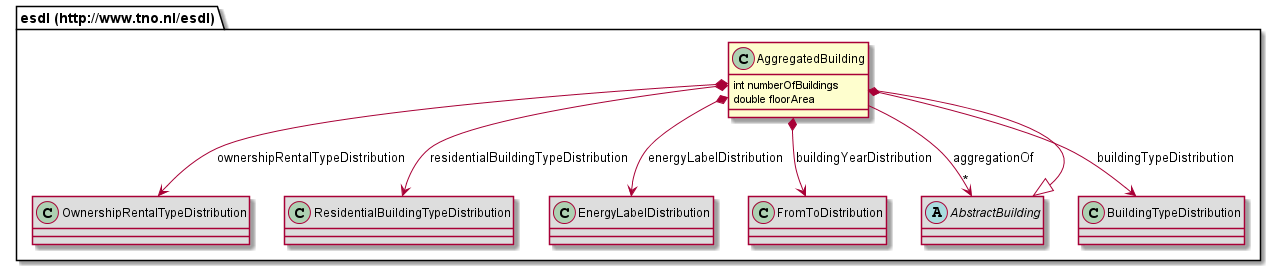
Above: 687474703a2f2f7777772e746e6f2e6e6c2f6573646c/AggregatedBuilding.png in EnergyTransition/energytransition.github.io (PlantUML), before the change.
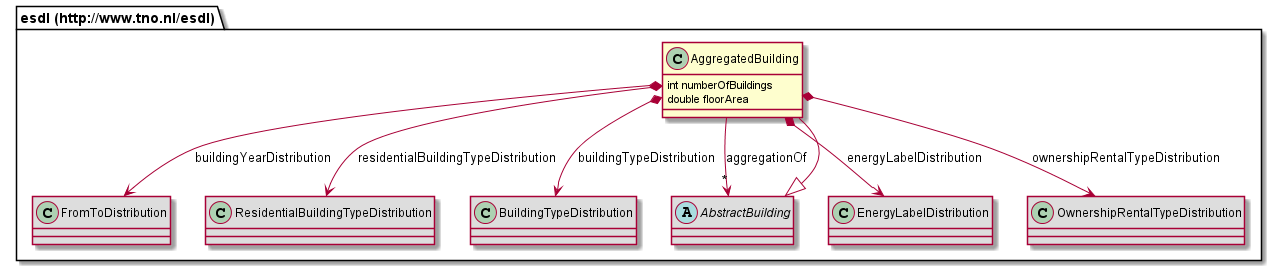
Above is the later version.

What changed in the source:
```diff
@@ -3,17 +3,17 @@
 	int numberOfBuildings
 	double floorArea
 }
-class "esdl (http://www.tno.nl/esdl).OwnershipRentalTypeDistribution" [[#router/doc-content/687474703a2f2f7777772e746e6f2e6e6c2f6573646c/OwnershipRentalTypeDistribution.html{Specifies the way the housing type is distributed in this area (e.g. Owner occupied, Housing Association, Private Rental), specifing the percentage of buildings per housing type.}]] #DDDDDD {
-}
-class "esdl (http://www.tno.nl/esdl).ResidentialBuildingTypeDistribution" [[#router/doc-content/687474703a2f2f7777772e746e6f2e6e6c2f6573646c/ResidentialBuildingTypeDistribution.html{Specifies the way the residential building type is distributed in this area (e.g. Vrijstaande Woning, Hoekwoning, Flatwoning), specifing the percentage of buildings per residential type.}]] #DDDDDD {
-}
-class "esdl (http://www.tno.nl/esdl).EnergyLabelDistribution" [[#router/doc-content/687474703a2f2f7777772e746e6f2e6e6c2f6573646c/EnergyLabelDistribution.html{Defines a distribution in terms of energy labels}]] #DDDDDD {
-}
 class "esdl (http://www.tno.nl/esdl).FromToDistribution" [[#router/doc-content/687474703a2f2f7777772e746e6f2e6e6c2f6573646c/FromToDistribution.html{Defines a distribution in terms of ‘from’ and ‘to’}]] #DDDDDD {
 }
 abstract class "esdl (http://www.tno.nl/esdl).AbstractBuilding" [[#router/doc-content/687474703a2f2f7777772e746e6f2e6e6c2f6573646c/AbstractBuilding.html{Describes the shared properties of building, building unit and aggregated building}]] #DDDDDD {
 }
+class "esdl (http://www.tno.nl/esdl).ResidentialBuildingTypeDistribution" [[#router/doc-content/687474703a2f2f7777772e746e6f2e6e6c2f6573646c/ResidentialBuildingTypeDistribution.html{Specifies the way the residential building type is distributed in this area (e.g. Vrijstaande Woning, Hoekwoning, Flatwoning), specifing the percentage of buildings per residential type.}]] #DDDDDD {
+}
 class "esdl (http://www.tno.nl/esdl).BuildingTypeDistribution" [[#router/doc-content/687474703a2f2f7777772e746e6f2e6e6c2f6573646c/BuildingTypeDistribution.html{Specifies the way the building type is distributed in this area (e.g. Utility, Residential), specifing the percentage of buildings per type.}]] #DDDDDD {
+}
+class "esdl (http://www.tno.nl/esdl).EnergyLabelDistribution" [[#router/doc-content/687474703a2f2f7777772e746e6f2e6e6c2f6573646c/EnergyLabelDistribution.html{Defines a distribution in terms of energy labels}]] #DDDDDD {
+}
+class "esdl (http://www.tno.nl/esdl).OwnershipRentalTypeDistribution" [[#router/doc-content/687474703a2f2f7777772e746e6f2e6e6c2f6573646c/OwnershipRentalTypeDistribution.html{Specifies the way the housing type is distributed in this area (e.g. Owner occupied, Housing Association, Private Rental), specifing the percentage of buildings per housing type.}]] #DDDDDD {
 }
 "esdl (http://www.tno.nl/esdl).AbstractBuilding" <|-- "esdl (http://www.tno.nl/esdl).AggregatedBuilding"
 "esdl (http://www.tno.nl/esdl).AggregatedBuilding" --> "*" "esdl (http://www.tno.nl/esdl).AbstractBuilding" : aggregationOf
```
